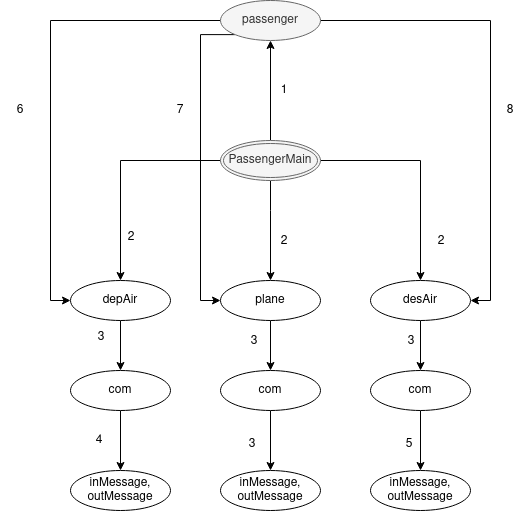
The draw.io diagram assignment3/diagramas/PassengerMain.png in MarianaPinto17/SD, before a commit. Source tidied: cells renumbered, new cells last; positions are measured from the earlier drawing's top-left corner, leaving out a move shared by most shapes.
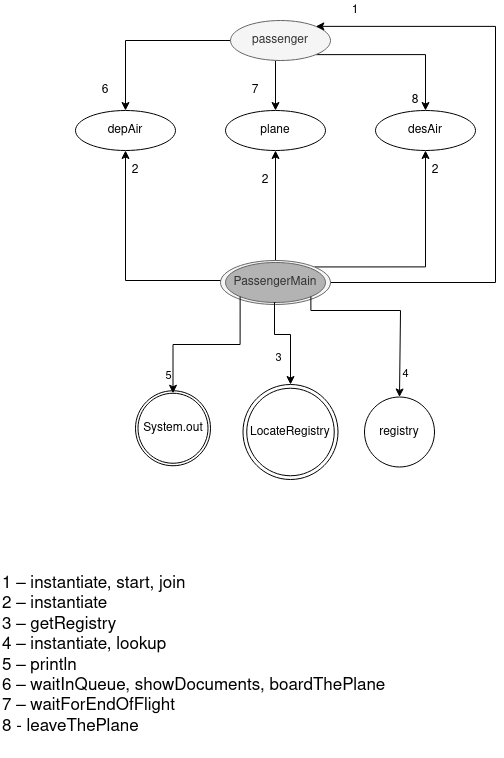
The same diagram one commit later.

Diff of the diagram source:
```diff
@@ -2,126 +2,149 @@
   <root>
     <mxCell id="0" />
     <mxCell id="1" parent="0" />
-    <mxCell id="2" style="edgeStyle=orthogonalEdgeStyle;rounded=0;jettySize=auto;html=1;entryX=0.5;entryY=0;entryDx=0;entryDy=0;" parent="1" edge="1" source="3" target="20">
-      <mxGeometry relative="1" as="geometry" />
-    </mxCell>
     <mxCell id="3" value="plane" style="ellipse;whiteSpace=wrap;html=1;align=center;" parent="1" vertex="1">
-      <mxGeometry x="220" y="280" width="100" height="40" as="geometry" />
+      <mxGeometry x="224" y="170" width="100" height="40" as="geometry" />
     </mxCell>
-    <mxCell id="4" style="edgeStyle=orthogonalEdgeStyle;rounded=0;jettySize=auto;html=1;entryX=1;entryY=0.5;entryDx=0;entryDy=0;" parent="1" edge="1" source="7" target="14">
+    <mxCell id="4" style="edgeStyle=orthogonalEdgeStyle;rounded=0;jettySize=auto;html=1;entryX=0.5;entryY=0;entryDx=0;entryDy=0;exitX=1;exitY=1;exitDx=0;exitDy=0;" parent="1" edge="1" source="7" target="14">
       <mxGeometry relative="1" as="geometry" />
     </mxCell>
-    <mxCell id="5" style="edgeStyle=orthogonalEdgeStyle;rounded=0;jettySize=auto;html=1;entryX=0;entryY=0.5;entryDx=0;entryDy=0;" parent="1" edge="1" source="7" target="16">
+    <mxCell id="5" style="edgeStyle=orthogonalEdgeStyle;rounded=0;jettySize=auto;html=1;entryX=0.5;entryY=0;entryDx=0;entryDy=0;" parent="1" edge="1" source="7" target="16">
       <mxGeometry relative="1" as="geometry" />
     </mxCell>
-    <mxCell id="6" style="edgeStyle=orthogonalEdgeStyle;rounded=0;jettySize=auto;html=1;exitX=0;exitY=1;exitDx=0;exitDy=0;entryX=0;entryY=0.5;entryDx=0;entryDy=0;" parent="1" edge="1" source="7" target="3">
+    <mxCell id="6" style="edgeStyle=orthogonalEdgeStyle;rounded=0;jettySize=auto;html=1;exitX=0.5;exitY=1;exitDx=0;exitDy=0;entryX=0.5;entryY=0;entryDx=0;entryDy=0;" parent="1" edge="1" source="7" target="3">
       <mxGeometry relative="1" as="geometry">
         <Array as="points">
-          <mxPoint x="200" y="34" />
-          <mxPoint x="200" y="300" />
+          <mxPoint x="274" y="120" />
         </Array>
       </mxGeometry>
     </mxCell>
     <mxCell id="7" value="passenger" style="ellipse;whiteSpace=wrap;html=1;align=center;fillColor=#f5f5f5;strokeColor=#666666;fontColor=#333333;" parent="1" vertex="1">
-      <mxGeometry x="220" width="100" height="40" as="geometry" />
+      <mxGeometry x="229" y="80" width="100" height="40" as="geometry" />
     </mxCell>
-    <mxCell id="8" style="edgeStyle=orthogonalEdgeStyle;rounded=0;jettySize=auto;html=1;entryX=0.5;entryY=0;entryDx=0;entryDy=0;" parent="1" edge="1" source="12" target="3">
+    <mxCell id="8" style="edgeStyle=orthogonalEdgeStyle;rounded=0;jettySize=auto;html=1;exitX=0.5;exitY=0;exitDx=0;exitDy=0;" parent="1" edge="1" source="12">
       <mxGeometry relative="1" as="geometry">
-        <Array as="points">
-          <mxPoint x="270" y="210" />
-          <mxPoint x="270" y="210" />
-        </Array>
+        <mxPoint x="274" y="210" as="targetPoint" />
       </mxGeometry>
     </mxCell>
-    <mxCell id="9" style="edgeStyle=orthogonalEdgeStyle;rounded=0;jettySize=auto;html=1;entryX=0.5;entryY=1;entryDx=0;entryDy=0;" parent="1" edge="1" source="12" target="7">
-      <mxGeometry relative="1" as="geometry" />
+    <mxCell id="9" style="edgeStyle=orthogonalEdgeStyle;rounded=0;jettySize=auto;html=1;entryX=1;entryY=0;entryDx=0;entryDy=0;exitX=1;exitY=0.5;exitDx=0;exitDy=0;" parent="1" edge="1" source="12" target="7">
+      <mxGeometry relative="1" as="geometry">
+        <Array as="points">
+          <mxPoint x="494" y="342" />
+          <mxPoint x="494" y="86" />
+        </Array>
+      </mxGeometry>
     </mxCell>
-    <mxCell id="10" style="edgeStyle=orthogonalEdgeStyle;rounded=0;jettySize=auto;html=1;entryX=0.5;entryY=0;entryDx=0;entryDy=0;" parent="1" edge="1" source="12" target="16">
+    <mxCell id="10" style="edgeStyle=orthogonalEdgeStyle;rounded=0;jettySize=auto;html=1;entryX=0.5;entryY=1;entryDx=0;entryDy=0;exitX=0;exitY=0.45;exitDx=0;exitDy=0;exitPerimeter=0;" parent="1" edge="1" source="12" target="16">
       <mxGeometry relative="1" as="geometry" />
     </mxCell>
-    <mxCell id="11" style="edgeStyle=orthogonalEdgeStyle;rounded=0;jettySize=auto;html=1;entryX=0.5;entryY=0;entryDx=0;entryDy=0;" parent="1" edge="1" source="12" target="14">
-      <mxGeometry relative="1" as="geometry" />
+    <mxCell id="11" style="edgeStyle=orthogonalEdgeStyle;rounded=0;jettySize=auto;html=1;entryX=0.5;entryY=1;entryDx=0;entryDy=0;exitX=1;exitY=0;exitDx=0;exitDy=0;" parent="1" edge="1" source="40" target="14">
+      <mxGeometry relative="1" as="geometry">
+        <Array as="points">
+          <mxPoint x="424" y="326" />
+        </Array>
+      </mxGeometry>
     </mxCell>
-    <mxCell id="12" value="PassengerMain" style="ellipse;shape=doubleEllipse;margin=3;whiteSpace=wrap;html=1;align=center;fillColor=#f5f5f5;strokeColor=#666666;fontColor=#333333;" parent="1" vertex="1">
-      <mxGeometry x="220" y="140" width="100" height="40" as="geometry" />
-    </mxCell>
-    <mxCell id="13" style="edgeStyle=orthogonalEdgeStyle;rounded=0;jettySize=auto;html=1;entryX=0.5;entryY=0;entryDx=0;entryDy=0;" parent="1" edge="1" source="14" target="22">
-      <mxGeometry relative="1" as="geometry" />
-    </mxCell>
     <mxCell id="14" value="desAir" style="ellipse;whiteSpace=wrap;html=1;align=center;" parent="1" vertex="1">
-      <mxGeometry x="370" y="280" width="100" height="40" as="geometry" />
+      <mxGeometry x="374" y="170" width="100" height="40" as="geometry" />
     </mxCell>
-    <mxCell id="15" style="edgeStyle=orthogonalEdgeStyle;rounded=0;jettySize=auto;html=1;entryX=0.5;entryY=0;entryDx=0;entryDy=0;" parent="1" edge="1" source="16" target="18">
-      <mxGeometry relative="1" as="geometry" />
-    </mxCell>
     <mxCell id="16" value="depAir" style="ellipse;whiteSpace=wrap;html=1;align=center;" parent="1" vertex="1">
-      <mxGeometry x="70" y="280" width="100" height="40" as="geometry" />
+      <mxGeometry x="74" y="170" width="100" height="40" as="geometry" />
     </mxCell>
-    <mxCell id="17" style="edgeStyle=orthogonalEdgeStyle;rounded=0;jettySize=auto;html=1;entryX=0.5;entryY=0;entryDx=0;entryDy=0;" parent="1" edge="1" source="18" target="23">
-      <mxGeometry relative="1" as="geometry" />
-    </mxCell>
-    <mxCell id="18" value="com" style="ellipse;whiteSpace=wrap;html=1;align=center;" parent="1" vertex="1">
-      <mxGeometry x="70" y="370" width="100" height="40" as="geometry" />
-    </mxCell>
-    <mxCell id="19" style="edgeStyle=orthogonalEdgeStyle;rounded=0;jettySize=auto;html=1;entryX=0.5;entryY=0;entryDx=0;entryDy=0;" parent="1" edge="1" source="20" target="24">
-      <mxGeometry relative="1" as="geometry" />
-    </mxCell>
-    <mxCell id="20" value="com" style="ellipse;whiteSpace=wrap;html=1;align=center;" parent="1" vertex="1">
-      <mxGeometry x="220" y="370" width="100" height="40" as="geometry" />
-    </mxCell>
-    <mxCell id="21" style="edgeStyle=orthogonalEdgeStyle;rounded=0;jettySize=auto;html=1;entryX=0.5;entryY=0;entryDx=0;entryDy=0;" parent="1" edge="1" source="22" target="25">
-      <mxGeometry relative="1" as="geometry" />
-    </mxCell>
-    <mxCell id="22" value="com" style="ellipse;whiteSpace=wrap;html=1;align=center;" parent="1" vertex="1">
-      <mxGeometry x="370" y="370" width="100" height="40" as="geometry" />
-    </mxCell>
-    <mxCell id="23" value="&lt;div&gt;inMessage,&lt;/div&gt;&lt;div&gt;outMessage&lt;br&gt;&lt;/div&gt;" style="ellipse;whiteSpace=wrap;html=1;align=center;" parent="1" vertex="1">
-      <mxGeometry x="70" y="470" width="100" height="40" as="geometry" />
-    </mxCell>
-    <mxCell id="24" value="&lt;div&gt;inMessage,&lt;/div&gt;&lt;div&gt;outMessage&lt;br&gt;&lt;/div&gt;" style="ellipse;whiteSpace=wrap;html=1;align=center;" parent="1" vertex="1">
-      <mxGeometry x="220" y="470" width="100" height="40" as="geometry" />
-    </mxCell>
-    <mxCell id="25" value="&lt;div&gt;inMessage,&lt;/div&gt;&lt;div&gt;outMessage&lt;br&gt;&lt;/div&gt;" style="ellipse;whiteSpace=wrap;html=1;align=center;" parent="1" vertex="1">
-      <mxGeometry x="370" y="470" width="100" height="40" as="geometry" />
-    </mxCell>
     <mxCell id="26" value="1" style="text;html=1;strokeColor=none;fillColor=none;align=center;verticalAlign=middle;whiteSpace=wrap;rounded=0;" parent="1" vertex="1">
-      <mxGeometry x="264" y="80" width="40" height="20" as="geometry" />
+      <mxGeometry x="334" y="60" width="40" height="20" as="geometry" />
     </mxCell>
     <mxCell id="27" value="2" style="text;html=1;strokeColor=none;fillColor=none;align=center;verticalAlign=middle;whiteSpace=wrap;rounded=0;" parent="1" vertex="1">
-      <mxGeometry x="111" y="227" width="40" height="20" as="geometry" />
+      <mxGeometry x="114" y="220" width="40" height="20" as="geometry" />
     </mxCell>
     <mxCell id="28" value="2" style="text;html=1;strokeColor=none;fillColor=none;align=center;verticalAlign=middle;whiteSpace=wrap;rounded=0;" parent="1" vertex="1">
-      <mxGeometry x="264" y="231" width="40" height="20" as="geometry" />
+      <mxGeometry x="244" y="230" width="40" height="20" as="geometry" />
     </mxCell>
     <mxCell id="29" value="2" style="text;html=1;strokeColor=none;fillColor=none;align=center;verticalAlign=middle;whiteSpace=wrap;rounded=0;" parent="1" vertex="1">
-      <mxGeometry x="421" y="231" width="40" height="20" as="geometry" />
+      <mxGeometry x="414" y="220" width="40" height="20" as="geometry" />
     </mxCell>
-    <mxCell id="30" value="3" style="text;html=1;strokeColor=none;fillColor=none;align=center;verticalAlign=middle;whiteSpace=wrap;rounded=0;" parent="1" vertex="1">
-      <mxGeometry x="81" y="327" width="40" height="20" as="geometry" />
-    </mxCell>
-    <mxCell id="31" value="3" style="text;html=1;strokeColor=none;fillColor=none;align=center;verticalAlign=middle;whiteSpace=wrap;rounded=0;" parent="1" vertex="1">
-      <mxGeometry x="234" y="331" width="40" height="20" as="geometry" />
-    </mxCell>
-    <mxCell id="32" value="3" style="text;html=1;strokeColor=none;fillColor=none;align=center;verticalAlign=middle;whiteSpace=wrap;rounded=0;" parent="1" vertex="1">
-      <mxGeometry x="391" y="331" width="40" height="20" as="geometry" />
-    </mxCell>
-    <mxCell id="33" value="4" style="text;html=1;strokeColor=none;fillColor=none;align=center;verticalAlign=middle;whiteSpace=wrap;rounded=0;" parent="1" vertex="1">
-      <mxGeometry x="79" y="430" width="40" height="20" as="geometry" />
-    </mxCell>
-    <mxCell id="34" value="3" style="text;html=1;strokeColor=none;fillColor=none;align=center;verticalAlign=middle;whiteSpace=wrap;rounded=0;" parent="1" vertex="1">
-      <mxGeometry x="232" y="434" width="40" height="20" as="geometry" />
-    </mxCell>
-    <mxCell id="35" value="5" style="text;html=1;strokeColor=none;fillColor=none;align=center;verticalAlign=middle;whiteSpace=wrap;rounded=0;" parent="1" vertex="1">
-      <mxGeometry x="389" y="434" width="40" height="20" as="geometry" />
-    </mxCell>
     <mxCell id="36" value="6" style="text;html=1;strokeColor=none;fillColor=none;align=center;verticalAlign=middle;whiteSpace=wrap;rounded=0;" parent="1" vertex="1">
-      <mxGeometry y="100" width="40" height="20" as="geometry" />
+      <mxGeometry x="84" y="140" width="40" height="20" as="geometry" />
     </mxCell>
     <mxCell id="37" value="7" style="text;html=1;strokeColor=none;fillColor=none;align=center;verticalAlign=middle;whiteSpace=wrap;rounded=0;" parent="1" vertex="1">
-      <mxGeometry x="160" y="100" width="40" height="20" as="geometry" />
+      <mxGeometry x="234" y="140" width="40" height="20" as="geometry" />
     </mxCell>
     <mxCell id="38" value="8" style="text;html=1;strokeColor=none;fillColor=none;align=center;verticalAlign=middle;whiteSpace=wrap;rounded=0;" parent="1" vertex="1">
-      <mxGeometry x="490" y="100" width="40" height="20" as="geometry" />
+      <mxGeometry x="394" y="150" width="40" height="20" as="geometry" />
     </mxCell>
+    <mxCell id="39" style="group;" parent="1" vertex="1">
+      <mxGeometry x="219" y="320" width="110" height="44" as="geometry" />
+    </mxCell>
+    <mxCell id="40" value="PilotMain" style="ellipse;whiteSpace=wrap;html=1;align=center;fillColor=#f5f5f5;strokeColor=#666666;fontColor=#333333;" parent="39" vertex="1">
+      <mxGeometry width="110" height="44" as="geometry" />
+    </mxCell>
+    <mxCell id="12" value="PassengerMain" style="ellipse;whiteSpace=wrap;html=1;align=center;strokeColor=#666666;fontColor=#333333;fillColor=#B3B3B3;" parent="39" vertex="1">
+      <mxGeometry x="5" y="2" width="100" height="40" as="geometry" />
+    </mxCell>
+    <mxCell id="41" style="group;" parent="1" vertex="1">
+      <mxGeometry x="134" y="450.2" width="75" height="75" as="geometry" />
+    </mxCell>
+    <mxCell id="42" value="System" style="ellipse;whiteSpace=wrap;html=1;align=center;" parent="41" vertex="1">
+      <mxGeometry width="75" height="75" as="geometry" />
+    </mxCell>
+    <mxCell id="43" value="System.out" style="ellipse;whiteSpace=wrap;html=1;align=center;" parent="41" vertex="1">
+      <mxGeometry x="2.5" y="2.5" width="70" height="70" as="geometry" />
+    </mxCell>
+    <mxCell id="44" style="edgeStyle=orthogonalEdgeStyle;rounded=0;jettySize=auto;html=1;entryX=0.5;entryY=0;entryDx=0;entryDy=0;exitX=0;exitY=1;exitDx=0;exitDy=0;" parent="1" edge="1" source="12" target="43">
+      <mxGeometry relative="1" as="geometry">
+        <Array as="points">
+          <mxPoint x="238" y="356" />
+          <mxPoint x="238" y="404" />
+          <mxPoint x="172" y="404" />
+        </Array>
+      </mxGeometry>
+    </mxCell>
+    <mxCell id="35" value="5" style="edgeLabel;html=1;align=center;verticalAlign=middle;" parent="44" vertex="1">
+      <mxGeometry x="-0.24" relative="1" as="geometry">
+        <mxPoint x="-57" y="30" as="offset" />
+      </mxGeometry>
+    </mxCell>
+    <mxCell id="45" style="group;" parent="1" vertex="1">
+      <mxGeometry x="241.5" y="444" width="95" height="95" as="geometry" />
+    </mxCell>
+    <mxCell id="46" value="LocateRegistry" style="ellipse;whiteSpace=wrap;html=1;align=center;" parent="45" vertex="1">
+      <mxGeometry width="95" height="95" as="geometry" />
+    </mxCell>
+    <mxCell id="47" value="LocateRegistry" style="ellipse;whiteSpace=wrap;html=1;align=center;" parent="45" vertex="1">
+      <mxGeometry x="3.8" y="3.8" width="87.5" height="87.5" as="geometry" />
+    </mxCell>
+    <mxCell id="48" style="edgeStyle=orthogonalEdgeStyle;rounded=0;jettySize=auto;html=1;entryX=0.5;entryY=0;entryDx=0;entryDy=0;exitX=0.5;exitY=1;exitDx=0;exitDy=0;" parent="1" edge="1" source="12" target="46">
+      <mxGeometry relative="1" as="geometry">
+        <Array as="points">
+          <mxPoint x="273" y="362" />
+          <mxPoint x="273" y="394" />
+          <mxPoint x="289" y="394" />
+        </Array>
+      </mxGeometry>
+    </mxCell>
+    <mxCell id="49" value="3" style="edgeLabel;html=1;align=center;verticalAlign=middle;" parent="48" vertex="1">
+      <mxGeometry x="0.58" y="-3" relative="1" as="geometry">
+        <mxPoint x="-10" y="-7" as="offset" />
+      </mxGeometry>
+    </mxCell>
+    <mxCell id="50" value="registry" style="ellipse;whiteSpace=wrap;html=1;align=center;" parent="1" vertex="1">
+      <mxGeometry x="363" y="456.5" width="70" height="70" as="geometry" />
+    </mxCell>
+    <mxCell id="51" style="edgeStyle=orthogonalEdgeStyle;rounded=0;jettySize=auto;html=1;entryX=0.5;entryY=0;entryDx=0;entryDy=0;exitX=1;exitY=1;exitDx=0;exitDy=0;" parent="1" edge="1" source="12" target="50">
+      <mxGeometry relative="1" as="geometry">
+        <Array as="points">
+          <mxPoint x="309" y="370" />
+          <mxPoint x="399" y="370" />
+          <mxPoint x="399" y="457" />
+        </Array>
+      </mxGeometry>
+    </mxCell>
+    <mxCell id="33" value="4" style="edgeLabel;html=1;align=center;verticalAlign=middle;" parent="51" vertex="1">
+      <mxGeometry x="0.52" y="-3" relative="1" as="geometry">
+        <mxPoint x="8" y="22" as="offset" />
+      </mxGeometry>
+    </mxCell>
+    <mxCell id="52" value="&lt;div align=&quot;left&quot;&gt;&lt;font style=&quot;font-size: 17px&quot;&gt;1 – instantiate, start, join&lt;/font&gt;&lt;br&gt;&lt;font style=&quot;font-size: 17px&quot;&gt;2 – instantiate&lt;/font&gt;&lt;br&gt;&lt;font style=&quot;font-size: 17px&quot;&gt;3 – &lt;/font&gt;&lt;font style=&quot;font-size: 17px&quot;&gt;getRegistry&lt;/font&gt;&lt;br&gt;&lt;font style=&quot;font-size: 17px&quot;&gt;4 – &lt;/font&gt;&lt;font style=&quot;font-size: 17px&quot;&gt;instantiate, lookup&lt;/font&gt;&lt;br&gt;&lt;font style=&quot;font-size: 17px&quot;&gt;5 – &lt;/font&gt;&lt;font style=&quot;font-size: 17px&quot;&gt;println&lt;/font&gt;&lt;font style=&quot;font-size: 17px&quot;&gt;&lt;br&gt;6 – waitInQueue, showDocuments, boardThePlane&lt;br&gt;7 – waitForEndOfFlight&lt;br&gt;8 - leaveThePlane&lt;/font&gt;&lt;/div&gt;&lt;div align=&quot;left&quot;&gt;&lt;font style=&quot;font-size: 17px&quot;&gt;&lt;br&gt;&lt;/font&gt;&lt;/div&gt;" style="text;html=1;align=left;verticalAlign=middle;strokeColor=none;" parent="1" vertex="1">
+      <mxGeometry x="-1" y="650" width="400" height="150" as="geometry" />
+    </mxCell>
   </root>
 </mxGraphModel>
```
